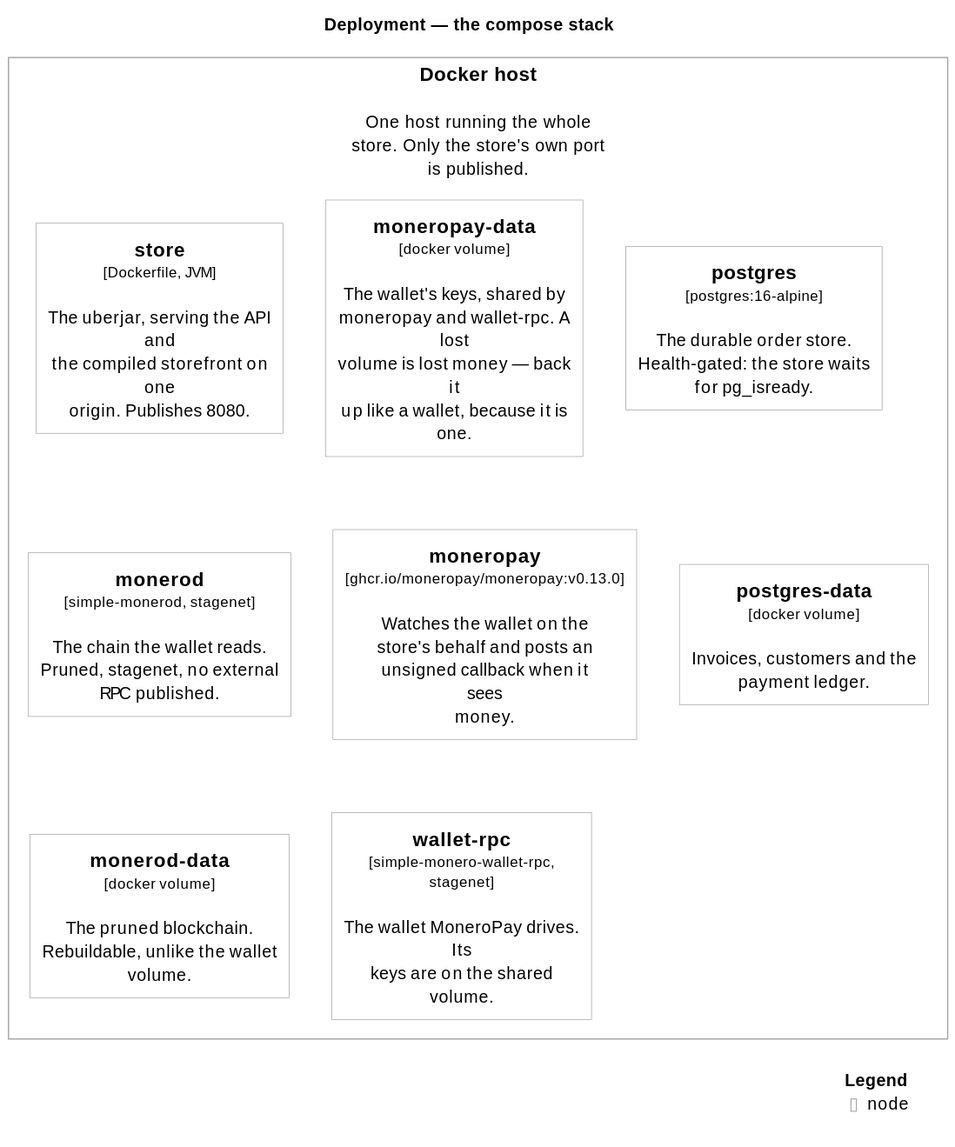
Above: docs/diagrams/plantuml/monero-store/deployment-view.svg in BuddhiLW/monero-store-template (PlantUML), before the change.
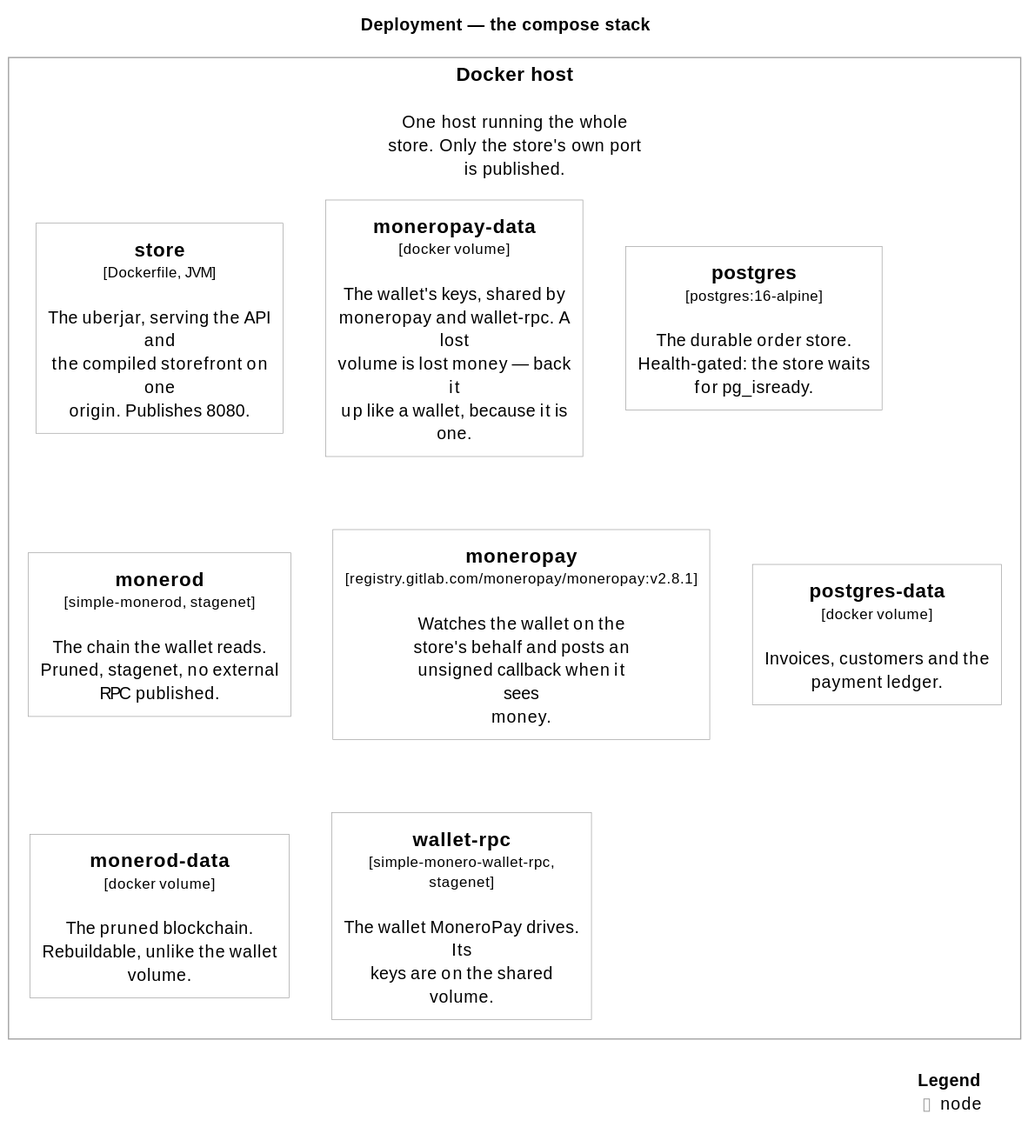
Later version of the same file.

What changed in the source:
```diff
@@ -18,7 +18,7 @@
   Node(moneroStore_walletVolume, "moneropay-data", $descr="The wallet's keys, shared by moneropay and wallet-rpc. A lost volume is lost money — back it up like a wallet, because it is one.", $type="docker volume")
   Node(moneroStore_postgresNode, "postgres", $descr="The durable order store. Health-gated: the store waits for pg_isready.", $type="postgres:16-alpine")
   Node(moneroStore_monerodNode, "monerod", $descr="The chain the wallet reads. Pruned, stagenet, no external RPC published.", $type="simple-monerod, stagenet")
-  Node(moneroStore_moneropayNode, "moneropay", $descr="Watches the wallet on the store's behalf and posts an unsigned callback when it sees money.", $type="ghcr.io/moneropay/moneropay:v0.13.0")
+  Node(moneroStore_moneropayNode, "moneropay", $descr="Watches the wallet on the store's behalf and posts an unsigned callback when it sees money.", $type="registry.gitlab.com/moneropay/moneropay:v2.8.1")
   Node(moneroStore_postgresVolume, "postgres-data", $descr="Invoices, customers and the payment ledger.", $type="docker volume")
   Node(moneroStore_monerodVolume, "monerod-data", $descr="The pruned blockchain. Rebuildable, unlike the wallet volume.", $type="docker volume")
   Node(moneroStore_walletRpcNode, "wallet-rpc", $descr="The wallet MoneroPay drives. Its keys are on the shared volume.", $type="simple-monero-wallet-rpc, stagenet")
```
